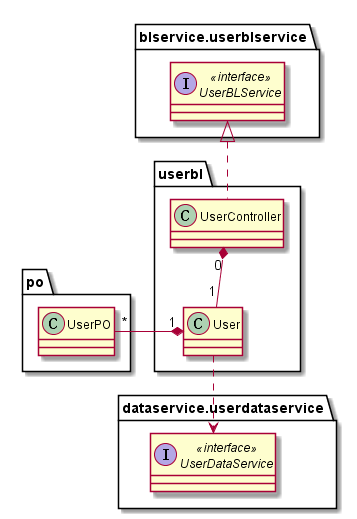
Above: docTask4/userbl_detailed_class_diagram.png in Lovell-918/UMLImage (PlantUML), before the change.
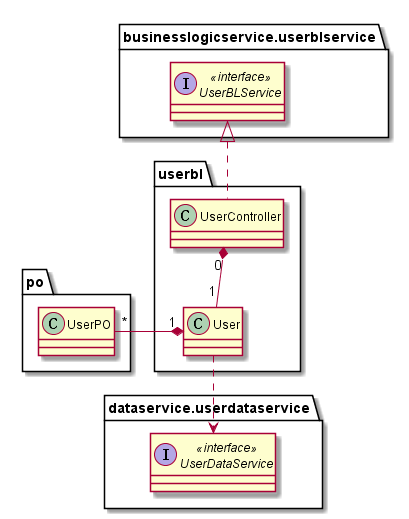
The same diagram one commit later.

Change to the diagram source:
```diff
@@ -1,6 +1,6 @@
 @startuml userbl_detailed_class_diagram
 
-interface blservice.userblservice.UserBLService << interface >>
+interface businesslogicservice.userblservice.UserBLService << interface >>
 class po.UserPO
 interface dataservice.userdataservice.UserDataService << interface >>
 
@@ -9,7 +9,7 @@
     class User
     User "1" *-left- "*" po.UserPO
     User .down.> dataservice.userdataservice.UserDataService
-    UserController .up.|> blservice.userblservice.UserBLService
+    UserController .up.|> businesslogicservice.userblservice.UserBLService
     UserController "0" *-down- "1" User
 }
 
```
